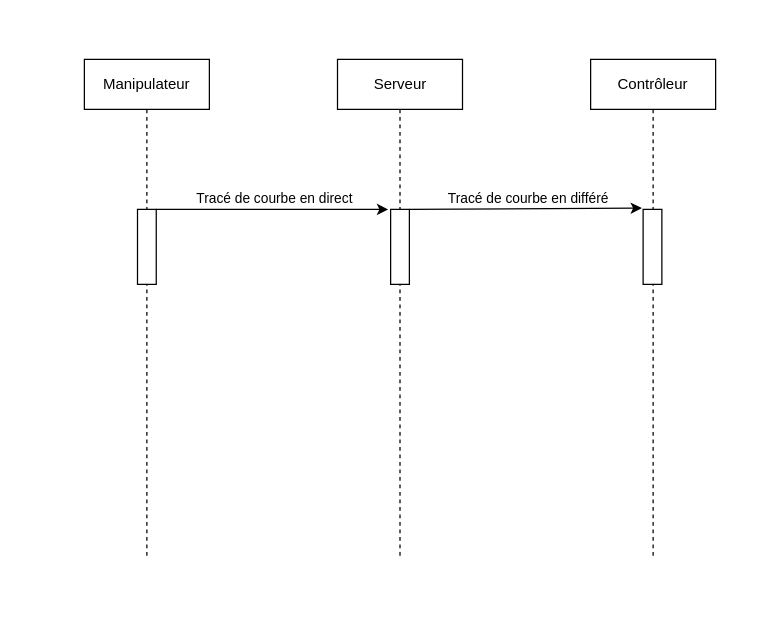
MRCThomas/testDeVerinSurBancHydraulique keeps this draw.io diagram as page "F5-Tracé de courbes en direct" (4 of 4) of Analyse/Thomas/diagrammeDeSequenceThomas.drawio. Above is the earlier version. Source tidied: cells renumbered, new cells numbered last; positions are measured from the earlier drawing's top-left corner, leaving out a move shared by most shapes. Both pictures are drawn from the tidied source at 125%, with x=0, y=0 at pixel (84, 59).
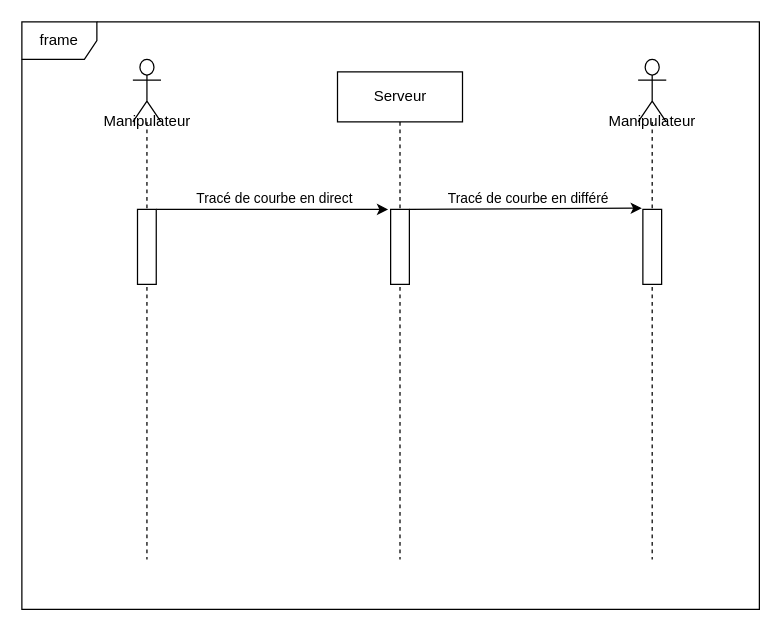
The same diagram, later.

What changed in the source:
```diff
@@
 <mxGraphModel>
   <root>
     <mxCell id="0" />
     <mxCell id="1" parent="0" />
-    <mxCell id="2" value="Manipulateur" style="shape=umlLifeline;perimeter=lifelinePerimeter;whiteSpace=wrap;html=1;" parent="1" vertex="1">
-      <mxGeometry width="100" height="400" as="geometry" />
-    </mxCell>
-    <mxCell id="3" value="Serveur" style="shape=umlLifeline;perimeter=lifelinePerimeter;whiteSpace=wrap;html=1;" parent="1" vertex="1">
-      <mxGeometry x="202.5" width="100" height="400" as="geometry" />
+    <mxCell id="3" value="Serveur" style="shape=umlLifeline;perimeter=lifelinePerimeter;whiteSpace=wrap;html=1;size=40;" parent="1" vertex="1">
+      <mxGeometry x="202.5" y="10" width="100" height="390" as="geometry" />
     </mxCell>
     <mxCell id="4" style="edgeStyle=none;html=1;entryX=-0.133;entryY=0;entryDx=0;entryDy=0;entryPerimeter=0;" parent="1" edge="1" source="6" target="9">
       <mxGeometry relative="1" as="geometry" />
     </mxCell>
     <mxCell id="5" value="Tracé de courbe en direct" style="edgeLabel;html=1;align=center;verticalAlign=middle;" parent="4" vertex="1">
       <mxGeometry x="0.27" relative="1" as="geometry">
         <mxPoint x="-24" y="-10" as="offset" />
       </mxGeometry>
     </mxCell>
-    <mxCell id="6" style="html=1;points=[];perimeter=orthogonalPerimeter;" parent="1" vertex="1">
-      <mxGeometry x="42.5" y="120" width="15" height="60" as="geometry" />
-    </mxCell>
-    <mxCell id="7" style="edgeStyle=none;html=1;entryX=-0.067;entryY=-0.017;entryDx=0;entryDy=0;entryPerimeter=0;" parent="1" edge="1" source="9" target="11">
-      <mxGeometry relative="1" as="geometry" />
+    <mxCell id="7" style="edgeStyle=none;html=1;entryX=-0.067;entryY=-0.017;entryDx=0;entryDy=0;entryPerimeter=0;" parent="1" edge="1" source="9">
+      <mxGeometry relative="1" as="geometry">
+        <mxPoint x="446" y="119" as="targetPoint" />
+      </mxGeometry>
     </mxCell>
     <mxCell id="8" value="Tracé de courbe en différé" style="edgeLabel;html=1;align=center;verticalAlign=middle;" parent="7" vertex="1">
       <mxGeometry x="0.01" y="-1" relative="1" as="geometry">
         <mxPoint y="-10" as="offset" />
       </mxGeometry>
     </mxCell>
     <mxCell id="9" style="html=1;points=[];perimeter=orthogonalPerimeter;" parent="1" vertex="1">
       <mxGeometry x="245" y="120" width="15" height="60" as="geometry" />
     </mxCell>
-    <mxCell id="10" value="Contrôleur" style="shape=umlLifeline;perimeter=lifelinePerimeter;whiteSpace=wrap;html=1;" parent="1" vertex="1">
-      <mxGeometry x="405" width="100" height="400" as="geometry" />
-    </mxCell>
-    <mxCell id="11" style="html=1;points=[];perimeter=orthogonalPerimeter;" parent="10" vertex="1">
-      <mxGeometry x="42" y="120" width="15" height="60" as="geometry" />
-    </mxCell>
+    <mxCell id="12" value="Manipulateur" style="shape=umlLifeline;participant=umlActor;perimeter=lifelinePerimeter;whiteSpace=wrap;html=1;verticalAlign=top;spacingTop=36;size=50;" parent="1" vertex="1">
+      <mxGeometry x="38.8" width="22.5" height="400" as="geometry" />
+    </mxCell>
+    <mxCell id="6" style="html=1;points=[];perimeter=orthogonalPerimeter;" parent="1" vertex="1">
+      <mxGeometry x="42.5" y="120" width="15" height="60" as="geometry" />
+    </mxCell>
+    <mxCell id="13" value="Manipulateur" style="shape=umlLifeline;participant=umlActor;perimeter=lifelinePerimeter;whiteSpace=wrap;html=1;verticalAlign=top;spacingTop=36;size=50;" parent="1" vertex="1">
+      <mxGeometry x="443" width="22.5" height="400" as="geometry" />
+    </mxCell>
+    <mxCell id="14" style="html=1;perimeter=orthogonalPerimeter;" parent="13" vertex="1">
+      <mxGeometry x="3.8" y="120" width="15" height="60" as="geometry" />
+    </mxCell>
+    <mxCell id="15" value="frame" style="shape=umlFrame;whiteSpace=wrap;html=1;" parent="1" vertex="1">
+      <mxGeometry x="-50" y="-30" width="590" height="470" as="geometry" />
+    </mxCell>
   </root>
 </mxGraphModel>
```
